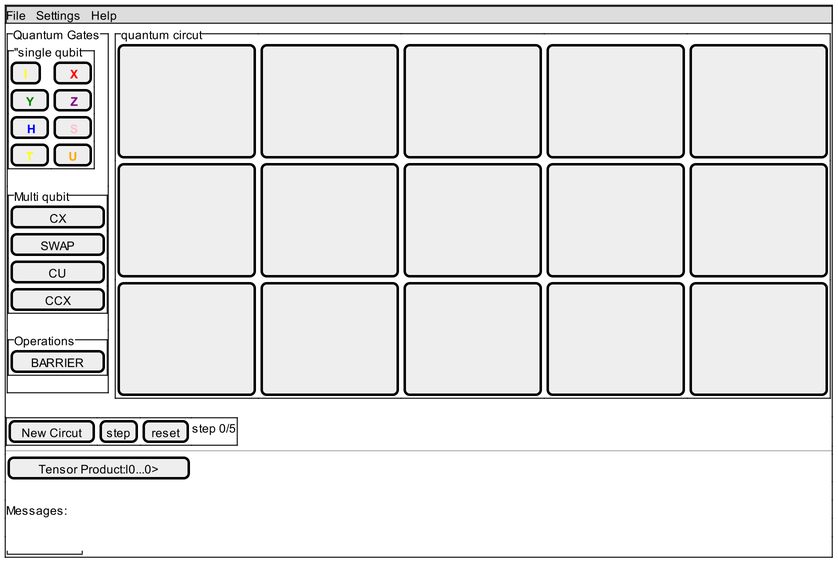
The PlantUML diagram test.png in EricLi451/cst8221JavaApplication, before a commit.
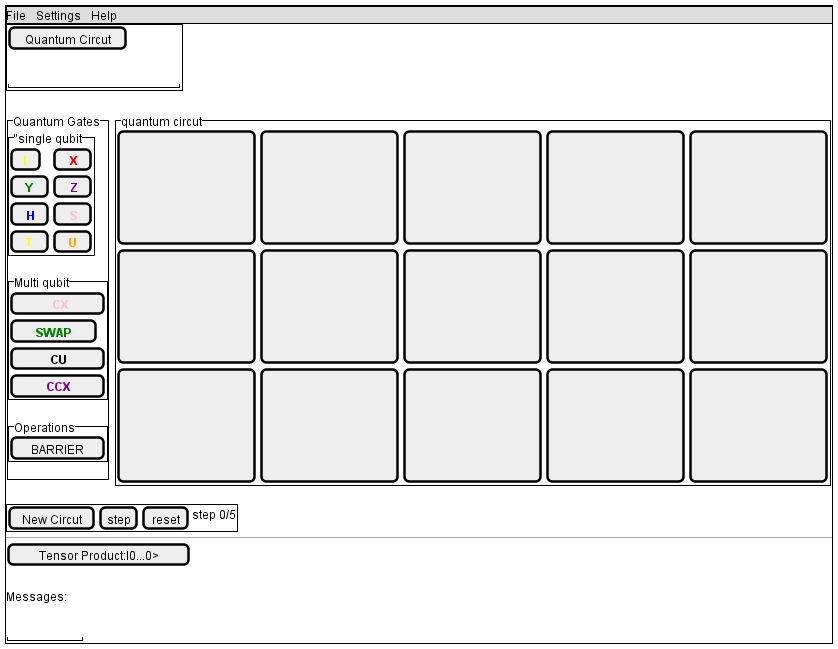
The same file after the commit.

Change to the diagram source:
```diff
@@ -1,8 +1,12 @@
 @startsalt
  {+
  {* File | Settings | Help }
- scale 2
-
+{+
+[Quantum Circut]
+ .
+"                     "
+ }
+ .
   {{^"Quantum Gates"
 
  {^"single qubit
@@ -12,10 +16,10 @@
  [ <b><color:yellow>T  ]|[ <b><color:orange>U  ]
  }
  {^"Multi qubit"
- [    CX     ]
- [   SWAP    ]
- [   CU      ]
- [   CCX     ]
+ [  <b><color:pink>  CX     ]
+ [  <b><color:green>SWAP    ]
+ [  <b><color:darkpink> CU      ]
+ [  <b><color:purple> CCX     ]
  }
  {^"Operations"
  [   BARRIER ]
```
